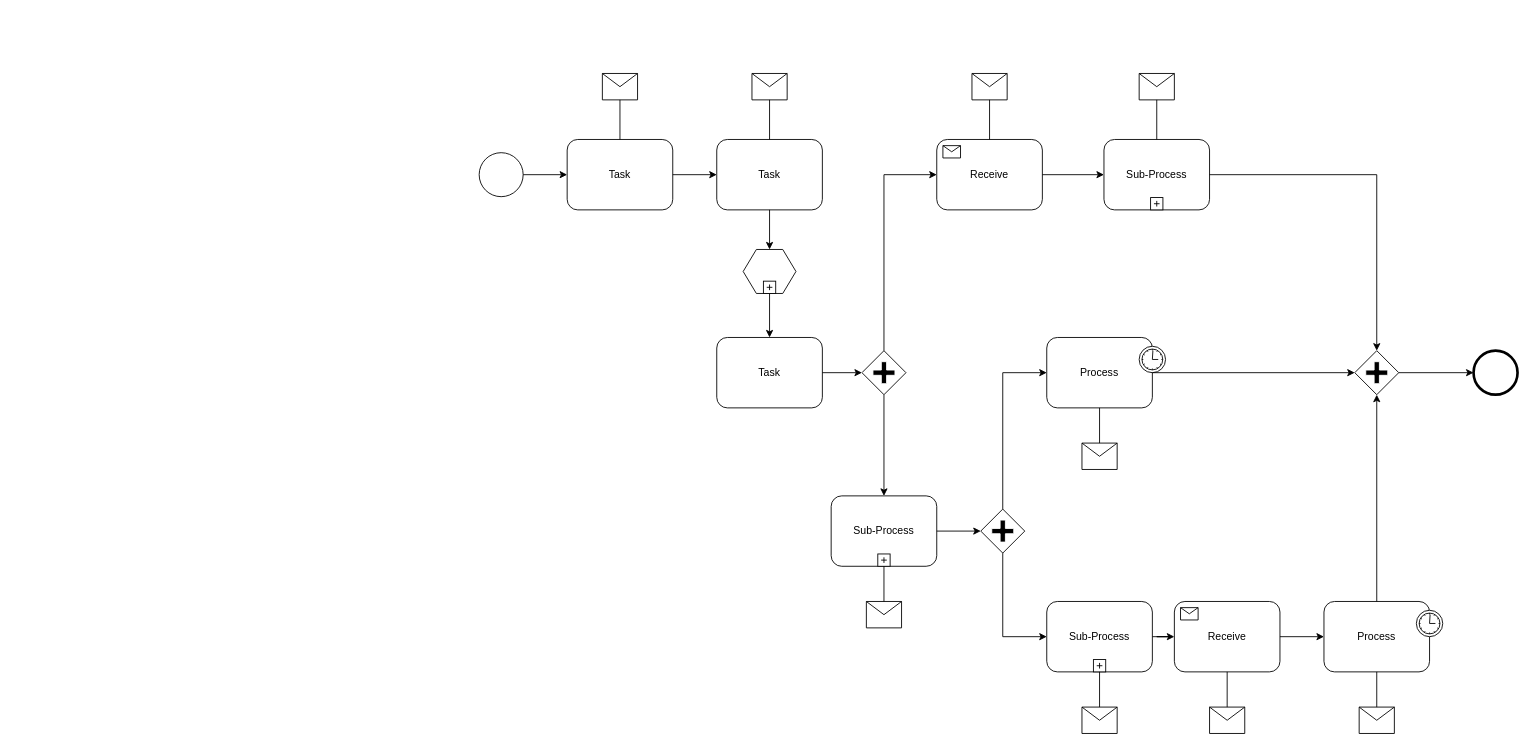
Earlier version of the draw.io diagram Defect Management Delivery Model.drawio (ilanjaya/TestCOE). Source tidied: cells renumbered, new cells numbered last; positions are measured from the earlier drawing's top-left corner, leaving out a move shared by most shapes. Both pictures are drawn from the tidied source at 88%, with x=0, y=0 at pixel (479, 73).
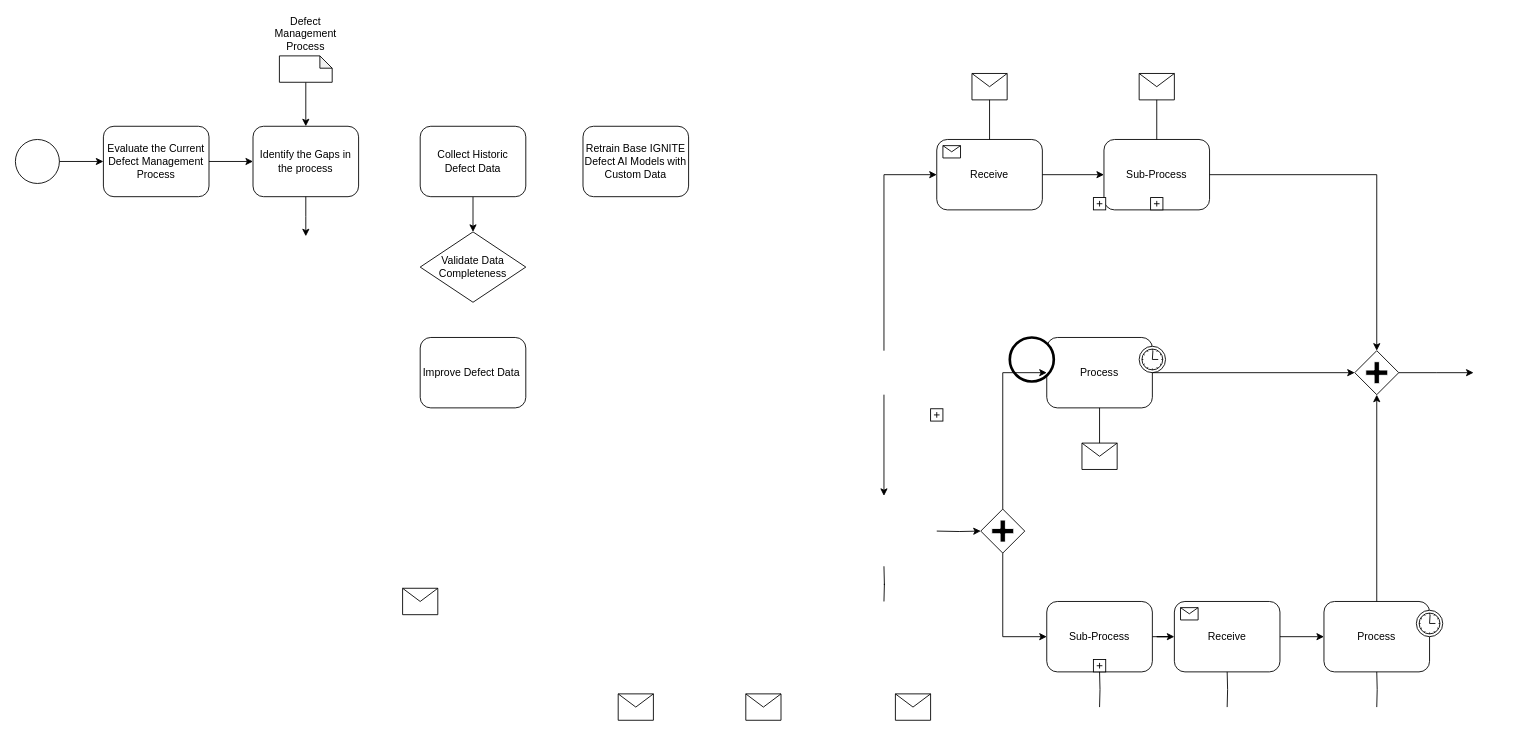
The same diagram, later.

The change refers to these unchanged cells:
```xml
<mxCell id="13" value="Receive" style="html=1;whiteSpace=wrap;rounded=1;" parent="1" vertex="1">
  <mxGeometry x="520" y="75" width="120" height="80" as="geometry" />
</mxCell>
<mxCell id="17" value="Process" style="html=1;whiteSpace=wrap;rounded=1;" parent="1" vertex="1">
  <mxGeometry x="960" y="600" width="120" height="80" as="geometry" />
</mxCell>
<mxCell id="19" value="Receive" style="html=1;whiteSpace=wrap;rounded=1;" parent="1" vertex="1">
  <mxGeometry x="790" y="600" width="120" height="80" as="geometry" />
</mxCell>
<mxCell id="21" value="Sub-Process" style="html=1;whiteSpace=wrap;rounded=1;" parent="1" vertex="1">
  <mxGeometry x="645" y="600" width="120" height="80" as="geometry" />
</mxCell>
<mxCell id="23" style="shape=mxgraph.bpmn.shape;html=1;verticalLabelPosition=bottom;labelBackgroundColor=#ffffff;verticalAlign=top;perimeter=rhombusPerimeter;background=gateway;outline=none;symbol=parallelGw;" parent="1" vertex="1">
  <mxGeometry x="995" y="315" width="50" height="50" as="geometry" />
</mxCell>
<mxCell id="51" style="shape=mxgraph.bpmn.shape;html=1;verticalLabelPosition=bottom;labelBackgroundColor=#ffffff;verticalAlign=top;perimeter=rhombusPerimeter;background=gateway;outline=none;symbol=parallelGw;" parent="1" vertex="1">
  <mxGeometry x="570" y="495" width="50" height="50" as="geometry" />
</mxCell>
```

The edit, as a diff of the source:
```diff
@@
     <mxCell id="2" style="shape=mxgraph.bpmn.shape;html=1;verticalLabelPosition=bottom;labelBackgroundColor=#ffffff;verticalAlign=top;perimeter=ellipsePerimeter;outline=standard;symbol=general;" parent="1" vertex="1">
-      <mxGeometry y="90" width="50" height="50" as="geometry" />
+      <mxGeometry x="-527" y="75" width="50" height="50" as="geometry" />
     </mxCell>
-    <mxCell id="3" value="Task" style="shape=ext;rounded=1;html=1;whiteSpace=wrap;" parent="1" vertex="1">
-      <mxGeometry x="100" y="75" width="120" height="80" as="geometry" />
+    <mxCell id="3" value="Evaluate the Current Defect Management Process" style="shape=ext;rounded=1;html=1;whiteSpace=wrap;" parent="1" vertex="1">
+      <mxGeometry x="-427" y="60" width="120" height="80" as="geometry" />
     </mxCell>
-    <mxCell id="4" value="Task" style="shape=ext;rounded=1;html=1;whiteSpace=wrap;" parent="1" vertex="1">
-      <mxGeometry x="270" y="75" width="120" height="80" as="geometry" />
+    <mxCell id="4" value="Identify the Gaps in the process" style="shape=ext;rounded=1;html=1;whiteSpace=wrap;" parent="1" vertex="1">
+      <mxGeometry x="-257" y="60" width="120" height="80" as="geometry" />
     </mxCell>
-    <mxCell id="5" style="shape=message;whiteSpace=wrap;html=1;" parent="1" vertex="1">
-      <mxGeometry x="140" width="40" height="30" as="geometry" />
-    </mxCell>
-    <mxCell id="6" style="shape=message;whiteSpace=wrap;html=1;" parent="1" vertex="1">
-      <mxGeometry x="310" width="40" height="30" as="geometry" />
-    </mxCell>
-    <mxCell id="7" style="shape=hexagon;whiteSpace=wrap;html=1;perimeter=hexagonPerimeter;" parent="1" vertex="1">
-      <mxGeometry x="300" y="200" width="60" height="50" as="geometry" />
-    </mxCell>
-    <mxCell id="8" style="html=1;shape=plus;" parent="7" vertex="1">
-      <mxGeometry x="0.5" y="1" width="14" height="14" relative="1" as="geometry">
-        <mxPoint x="-7" y="-14" as="offset" />
-      </mxGeometry>
-    </mxCell>
+    <mxCell id="61" style="edgeStyle=orthogonalEdgeStyle;rounded=0;jettySize=auto;html=1;exitX=0.5;exitY=1;exitDx=0;exitDy=0;entryX=0.5;entryY=0;entryDx=0;entryDy=0;" parent="1" edge="1" source="9" target="63">
+      <mxGeometry relative="1" as="geometry" />
+    </mxCell>
-    <mxCell id="9" value="Task" style="shape=ext;rounded=1;html=1;whiteSpace=wrap;" parent="1" vertex="1">
-      <mxGeometry x="270" y="300" width="120" height="80" as="geometry" />
+    <mxCell id="9" value="Collect Historic Defect Data" style="shape=ext;rounded=1;html=1;whiteSpace=wrap;" parent="1" vertex="1">
+      <mxGeometry x="-67" y="60" width="120" height="80" as="geometry" />
     </mxCell>
-    <mxCell id="10" style="shape=mxgraph.bpmn.shape;html=1;verticalLabelPosition=bottom;labelBackgroundColor=#ffffff;verticalAlign=top;perimeter=rhombusPerimeter;background=gateway;outline=none;symbol=parallelGw;" parent="1" vertex="1">
-      <mxGeometry x="435" y="315" width="50" height="50" as="geometry" />
-    </mxCell>
@@
     <mxCell id="24" style="shape=mxgraph.bpmn.shape;html=1;verticalLabelPosition=bottom;labelBackgroundColor=#ffffff;verticalAlign=top;perimeter=ellipsePerimeter;outline=end;symbol=general;" parent="1" vertex="1">
-      <mxGeometry x="1130" y="315" width="50" height="50" as="geometry" />
+      <mxGeometry x="603" y="300" width="50" height="50" as="geometry" />
     </mxCell>
@@
-    <mxCell id="27" value="Sub-Process" style="html=1;whiteSpace=wrap;rounded=1;" parent="1" vertex="1">
-      <mxGeometry x="400" y="480" width="120" height="80" as="geometry" />
+    <mxCell id="27" value="Improve Defect Data&amp;nbsp;" style="html=1;whiteSpace=wrap;rounded=1;" parent="1" vertex="1">
+      <mxGeometry x="-67" y="300" width="120" height="80" as="geometry" />
     </mxCell>
     <mxCell id="28" style="html=1;shape=plus;" parent="27" vertex="1">
       <mxGeometry x="0.5" y="1" width="14" height="14" relative="1" as="geometry">
-        <mxPoint x="-7" y="-14" as="offset" />
+        <mxPoint x="520" y="1" as="offset" />
       </mxGeometry>
     </mxCell>
     <mxCell id="29" style="shape=message;whiteSpace=wrap;html=1;" parent="1" vertex="1">
-      <mxGeometry x="440" y="600" width="40" height="30" as="geometry" />
+      <mxGeometry x="-87" y="585" width="40" height="30" as="geometry" />
     </mxCell>
     <mxCell id="30" style="shape=message;whiteSpace=wrap;html=1;" parent="1" vertex="1">
-      <mxGeometry x="830" y="720" width="40" height="30" as="geometry" />
+      <mxGeometry x="303" y="705" width="40" height="30" as="geometry" />
     </mxCell>
     <mxCell id="31" style="shape=message;whiteSpace=wrap;html=1;" parent="1" vertex="1">
-      <mxGeometry x="1000" y="720" width="40" height="30" as="geometry" />
+      <mxGeometry x="473" y="705" width="40" height="30" as="geometry" />
     </mxCell>
     <mxCell id="32" style="shape=message;whiteSpace=wrap;html=1;" parent="1" vertex="1">
-      <mxGeometry x="685" y="720" width="40" height="30" as="geometry" />
+      <mxGeometry x="158" y="705" width="40" height="30" as="geometry" />
     </mxCell>
@@
-    <mxCell id="35" style="edgeStyle=orthogonalEdgeStyle;rounded=0;html=1;jettySize=auto;endArrow=none;endFill=0;" parent="1" edge="1" source="5" target="3">
-      <mxGeometry relative="1" as="geometry" />
-    </mxCell>
-    <mxCell id="36" style="edgeStyle=orthogonalEdgeStyle;rounded=0;html=1;jettySize=auto;endArrow=none;endFill=0;" parent="1" edge="1" source="6" target="4">
-      <mxGeometry relative="1" as="geometry" />
-    </mxCell>
@@
-    <mxCell id="44" style="edgeStyle=orthogonalEdgeStyle;rounded=0;html=1;jettySize=auto;" parent="1" edge="1" source="23" target="24">
-      <mxGeometry relative="1" as="geometry" />
+    <mxCell id="44" style="edgeStyle=orthogonalEdgeStyle;rounded=0;html=1;jettySize=auto;" parent="1" edge="1" source="23">
+      <mxGeometry relative="1" as="geometry">
+        <mxPoint x="1130" y="340" as="targetPoint" />
+      </mxGeometry>
     </mxCell>
-    <mxCell id="45" style="edgeStyle=orthogonalEdgeStyle;rounded=0;html=1;jettySize=auto;" parent="1" edge="1" source="4" target="7">
-      <mxGeometry relative="1" as="geometry" />
+    <mxCell id="45" style="edgeStyle=orthogonalEdgeStyle;rounded=0;html=1;jettySize=auto;" parent="1" edge="1" source="4">
+      <mxGeometry relative="1" as="geometry">
+        <mxPoint x="-197" y="185" as="targetPoint" />
+      </mxGeometry>
     </mxCell>
-    <mxCell id="46" style="edgeStyle=orthogonalEdgeStyle;rounded=0;html=1;jettySize=auto;" parent="1" edge="1" source="7" target="9">
-      <mxGeometry relative="1" as="geometry" />
-    </mxCell>
-    <mxCell id="47" style="edgeStyle=orthogonalEdgeStyle;rounded=0;html=1;jettySize=auto;" parent="1" edge="1" source="9" target="10">
-      <mxGeometry relative="1" as="geometry" />
-    </mxCell>
-    <mxCell id="48" style="edgeStyle=orthogonalEdgeStyle;rounded=0;html=1;jettySize=auto;" parent="1" edge="1" source="10" target="13">
+    <mxCell id="48" style="edgeStyle=orthogonalEdgeStyle;rounded=0;html=1;jettySize=auto;" parent="1" edge="1" target="13">
       <mxGeometry relative="1" as="geometry">
+        <mxPoint x="460" y="315" as="sourcePoint" />
         <Array as="points">
           <mxPoint x="460" y="115" />
         </Array>
       </mxGeometry>
     </mxCell>
-    <mxCell id="49" style="edgeStyle=orthogonalEdgeStyle;rounded=0;html=1;jettySize=auto;" parent="1" edge="1" source="10" target="27">
-      <mxGeometry relative="1" as="geometry" />
+    <mxCell id="49" style="edgeStyle=orthogonalEdgeStyle;rounded=0;html=1;jettySize=auto;orthogonalLoop=1;" parent="1" edge="1">
+      <mxGeometry relative="1" as="geometry">
+        <mxPoint x="460" y="365" as="sourcePoint" />
+        <mxPoint x="460" y="480" as="targetPoint" />
+      </mxGeometry>
     </mxCell>
-    <mxCell id="50" style="edgeStyle=orthogonalEdgeStyle;rounded=0;html=1;jettySize=auto;endArrow=none;endFill=0;" parent="1" edge="1" source="29" target="27">
-      <mxGeometry relative="1" as="geometry" />
+    <mxCell id="50" style="edgeStyle=orthogonalEdgeStyle;rounded=0;html=1;jettySize=auto;orthogonalLoop=1;endArrow=none;endFill=0;" parent="1" edge="1">
+      <mxGeometry relative="1" as="geometry">
+        <mxPoint x="460" y="600" as="sourcePoint" />
+        <mxPoint x="460" y="560" as="targetPoint" />
+      </mxGeometry>
     </mxCell>
@@
-    <mxCell id="55" style="edgeStyle=orthogonalEdgeStyle;rounded=0;html=1;jettySize=auto;" parent="1" edge="1" source="27" target="51">
-      <mxGeometry relative="1" as="geometry" />
+    <mxCell id="55" style="edgeStyle=orthogonalEdgeStyle;rounded=0;html=1;jettySize=auto;" parent="1" edge="1" target="51">
+      <mxGeometry relative="1" as="geometry">
+        <mxPoint x="520" y="520" as="sourcePoint" />
+      </mxGeometry>
     </mxCell>
@@
-    <mxCell id="57" style="edgeStyle=orthogonalEdgeStyle;rounded=0;html=1;jettySize=auto;endArrow=none;endFill=0;" parent="1" edge="1" source="32" target="21">
-      <mxGeometry relative="1" as="geometry" />
+    <mxCell id="57" style="edgeStyle=orthogonalEdgeStyle;rounded=0;html=1;jettySize=auto;endArrow=none;endFill=0;" parent="1" edge="1" target="21">
+      <mxGeometry relative="1" as="geometry">
+        <mxPoint x="705" y="720" as="sourcePoint" />
+      </mxGeometry>
     </mxCell>
-    <mxCell id="58" style="edgeStyle=orthogonalEdgeStyle;rounded=0;html=1;jettySize=auto;endArrow=none;endFill=0;" parent="1" edge="1" source="30" target="19">
-      <mxGeometry relative="1" as="geometry" />
+    <mxCell id="58" style="edgeStyle=orthogonalEdgeStyle;rounded=0;html=1;jettySize=auto;endArrow=none;endFill=0;" parent="1" edge="1" target="19">
+      <mxGeometry relative="1" as="geometry">
+        <mxPoint x="850" y="720" as="sourcePoint" />
+      </mxGeometry>
     </mxCell>
-    <mxCell id="59" style="edgeStyle=orthogonalEdgeStyle;rounded=0;html=1;jettySize=auto;endArrow=none;endFill=0;" parent="1" edge="1" source="31" target="17">
-      <mxGeometry relative="1" as="geometry" />
+    <mxCell id="59" style="edgeStyle=orthogonalEdgeStyle;rounded=0;html=1;jettySize=auto;endArrow=none;endFill=0;" parent="1" edge="1" target="17">
+      <mxGeometry relative="1" as="geometry">
+        <mxPoint x="1020" y="720" as="sourcePoint" />
+      </mxGeometry>
     </mxCell>
@@
+    <mxCell id="62" value="Defect Management Process" style="text;html=1;strokeColor=none;fillColor=none;align=center;verticalAlign=middle;whiteSpace=wrap;rounded=0;" parent="1" vertex="1">
+      <mxGeometry x="-227" y="-60" width="60" height="30" as="geometry" />
+    </mxCell>
+    <mxCell id="63" value="Validate Data Completeness" style="rhombus;whiteSpace=wrap;html=1;" parent="1" vertex="1">
+      <mxGeometry x="-67" y="180" width="120" height="80" as="geometry" />
+    </mxCell>
+    <mxCell id="64" style="edgeStyle=orthogonalEdgeStyle;rounded=0;jettySize=auto;html=1;exitX=0.5;exitY=1;exitDx=0;exitDy=0;exitPerimeter=0;entryX=0.5;entryY=0;entryDx=0;entryDy=0;" parent="1" edge="1" source="65" target="4">
+      <mxGeometry relative="1" as="geometry" />
+    </mxCell>
+    <mxCell id="65" style="shape=note;whiteSpace=wrap;html=1;backgroundOutline=1;darkOpacity=0.05;size=14;" parent="1" vertex="1">
+      <mxGeometry x="-227" y="-20" width="60" height="30" as="geometry" />
+    </mxCell>
+    <mxCell id="66" value="Retrain Base IGNITE Defect AI Models with Custom Data" style="html=1;whiteSpace=wrap;rounded=1;" parent="1" vertex="1">
+      <mxGeometry x="118" y="60" width="120" height="80" as="geometry" />
+    </mxCell>
+    <mxCell id="67" style="html=1;shape=plus;" parent="66" vertex="1">
+      <mxGeometry x="0.5" y="1" width="14" height="14" relative="1" as="geometry">
+        <mxPoint x="520" y="1" as="offset" />
+      </mxGeometry>
+    </mxCell>
```
